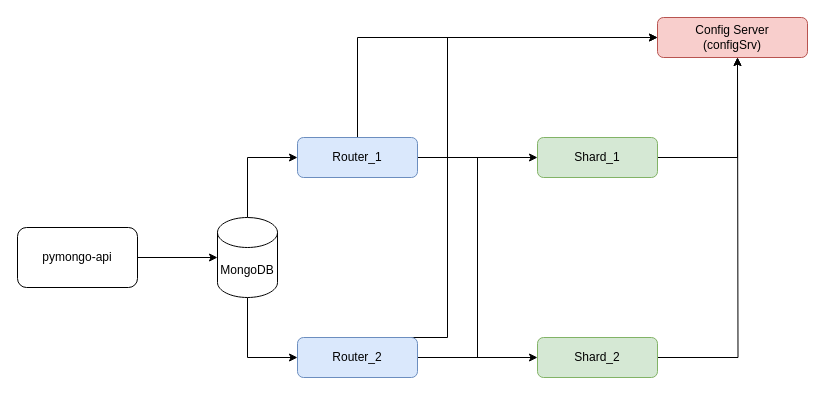
Above: page "sprint_2: task_1.1" (2 of 4) of task1.drawio in fireflysmk/architecture-sprint-2 (draw.io), before the change. Source tidied: cells renumbered, new cells numbered last; positions are measured from the earlier drawing's top-left corner, leaving out a move shared by most shapes. Both pictures are drawn from the tidied source at 100%, with x=0, y=0 at pixel (17, 17).
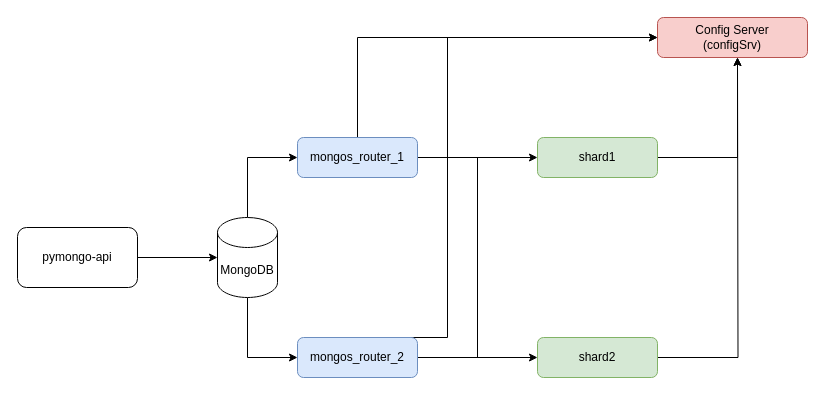
The same diagram, later.

The edit, as a diff of the source:
```diff
@@
-    <mxCell id="9" value="Shard_1" style="rounded=1;whiteSpace=wrap;html=1;fillColor=#d5e8d4;strokeColor=#82b366;" parent="1" vertex="1">
+    <mxCell id="9" value="shard1" style="rounded=1;whiteSpace=wrap;html=1;fillColor=#d5e8d4;strokeColor=#82b366;" parent="1" vertex="1">
       <mxGeometry x="520" y="120" width="120" height="40" as="geometry" />
     </mxCell>
@@
-    <mxCell id="11" value="Shard_2" style="rounded=1;whiteSpace=wrap;html=1;fillColor=#d5e8d4;strokeColor=#82b366;" parent="1" vertex="1">
+    <mxCell id="11" value="shard2" style="rounded=1;whiteSpace=wrap;html=1;fillColor=#d5e8d4;strokeColor=#82b366;" parent="1" vertex="1">
       <mxGeometry x="520" y="320" width="120" height="40" as="geometry" />
     </mxCell>
@@
-    <mxCell id="14" value="Router_1" style="rounded=1;whiteSpace=wrap;html=1;fillColor=#dae8fc;strokeColor=#6c8ebf;" parent="1" vertex="1">
+    <mxCell id="14" value="mongos_router_1" style="rounded=1;whiteSpace=wrap;html=1;fillColor=#dae8fc;strokeColor=#6c8ebf;" parent="1" vertex="1">
       <mxGeometry x="280" y="120" width="120" height="40" as="geometry" />
     </mxCell>
@@
-    <mxCell id="17" value="Router_2" style="rounded=1;whiteSpace=wrap;html=1;fillColor=#dae8fc;strokeColor=#6c8ebf;" parent="1" vertex="1">
+    <mxCell id="17" value="mongos_router_2" style="rounded=1;whiteSpace=wrap;html=1;fillColor=#dae8fc;strokeColor=#6c8ebf;" parent="1" vertex="1">
       <mxGeometry x="280" y="320" width="120" height="40" as="geometry" />
     </mxCell>
```
